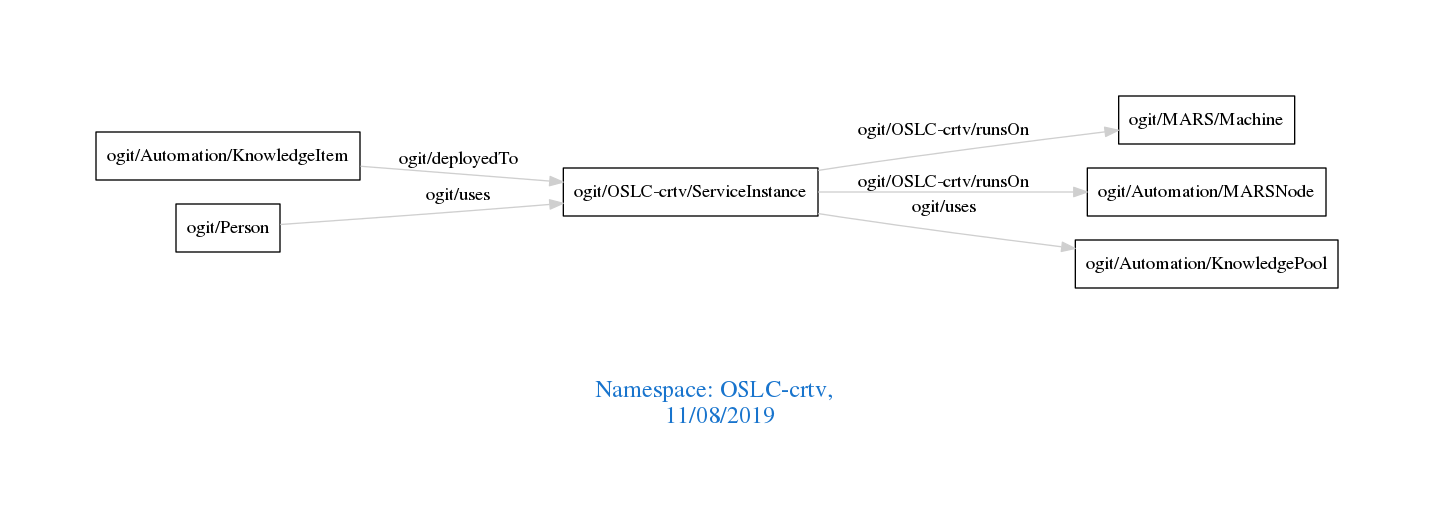
The Graphviz diagram downloads/OSLC-crtv.png in arago/OGIT, before a commit. Its source is kept beside it as downloads/OSLC-crtv.dot.
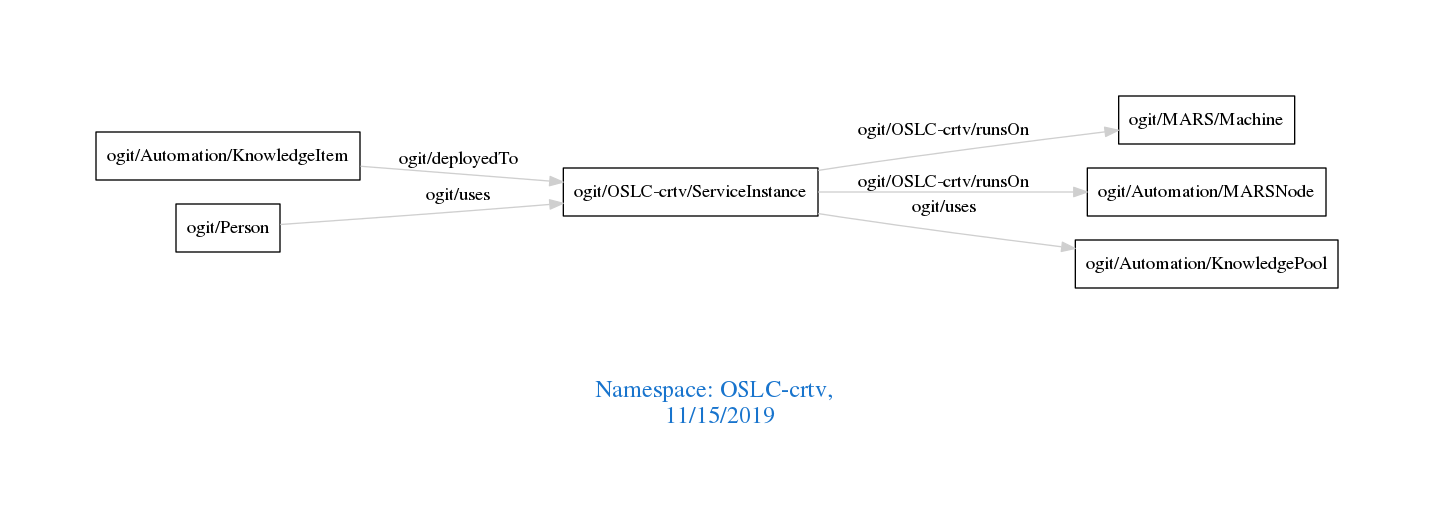
The same diagram one commit later.

The edit, as a diff of the source:
```diff
@@ -1,7 +1,7 @@
 digraph OGIT_ontology {
  graph [ rankdir= LR,pad=1
 fontsize = 18,
-fontcolor= dodgerblue3,label = "\n\n\nNamespace: OSLC-crtv, \n 11/08/2019"];
+fontcolor= dodgerblue3,label = "\n\n\nNamespace: OSLC-crtv, \n 11/15/2019"];
 node[shape=polygon];
 edge [  color="gray81"];
 
```
